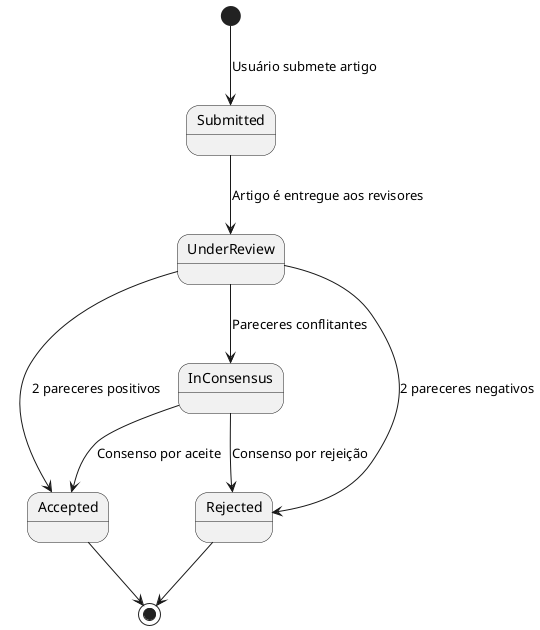
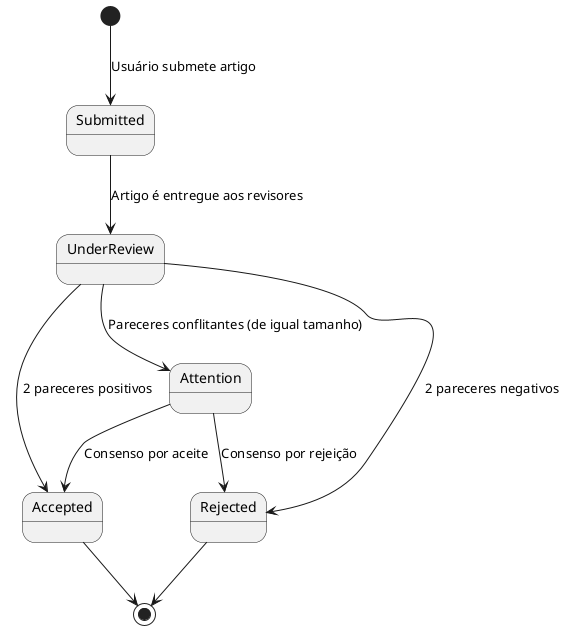
@startuml states

  [*] --> Submitted : Usuário submete artigo
  Submitted --> UnderReview : Artigo é entregue aos revisores
  UnderReview --> Accepted : 2 pareceres positivos
  UnderReview --> Rejected : 2 pareceres negativos
-   UnderReview --> InConsensus : Pareceres conflitantes
-   InConsensus --> Accepted : Consenso por aceite
-   InConsensus --> Rejected : Consenso por rejeição
+   UnderReview --> Attention : Pareceres conflitantes (de igual tamanho)
+   Attention --> Accepted : Consenso por aceite
+   Attention --> Rejected : Consenso por rejeição

  Accepted --> [*]
  Rejected --> [*]

@enduml
